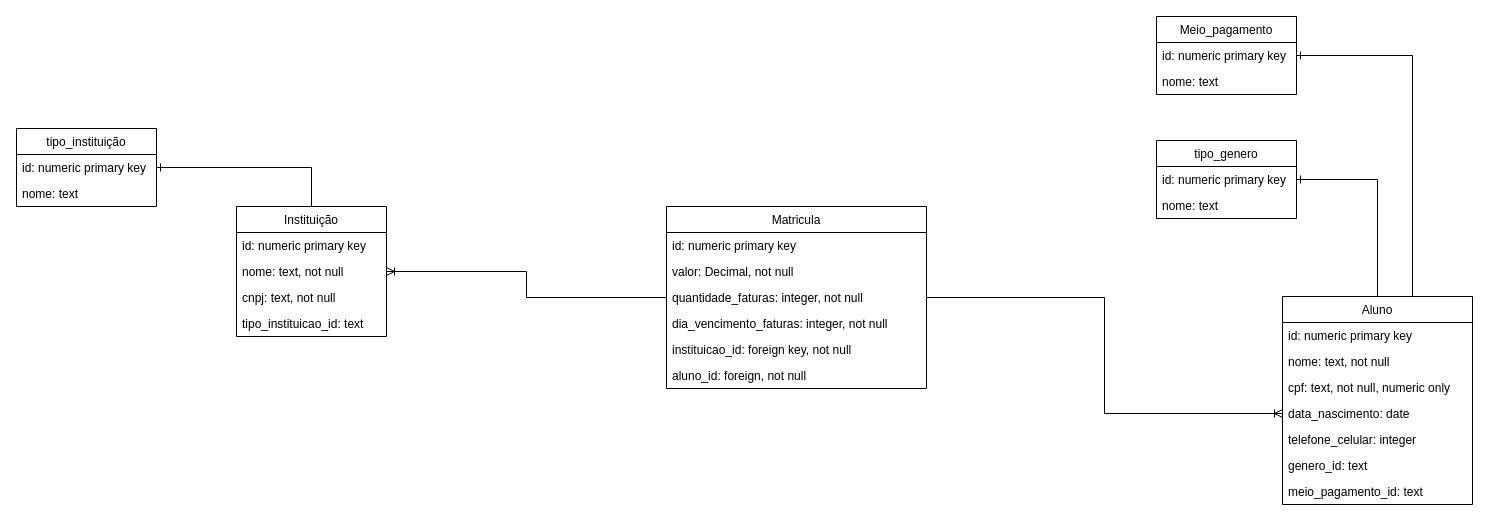
Before: DatabaseDiagram.drawio in DanielSalis/QUERO_Bilinho_Api, a draw.io diagram. Source tidied: cells renumbered, new cells numbered last; positions are measured from the earlier drawing's top-left corner, leaving out a move shared by most shapes. Both pictures are drawn from the tidied source at 100%, with x=0, y=0 at pixel (16, 16).
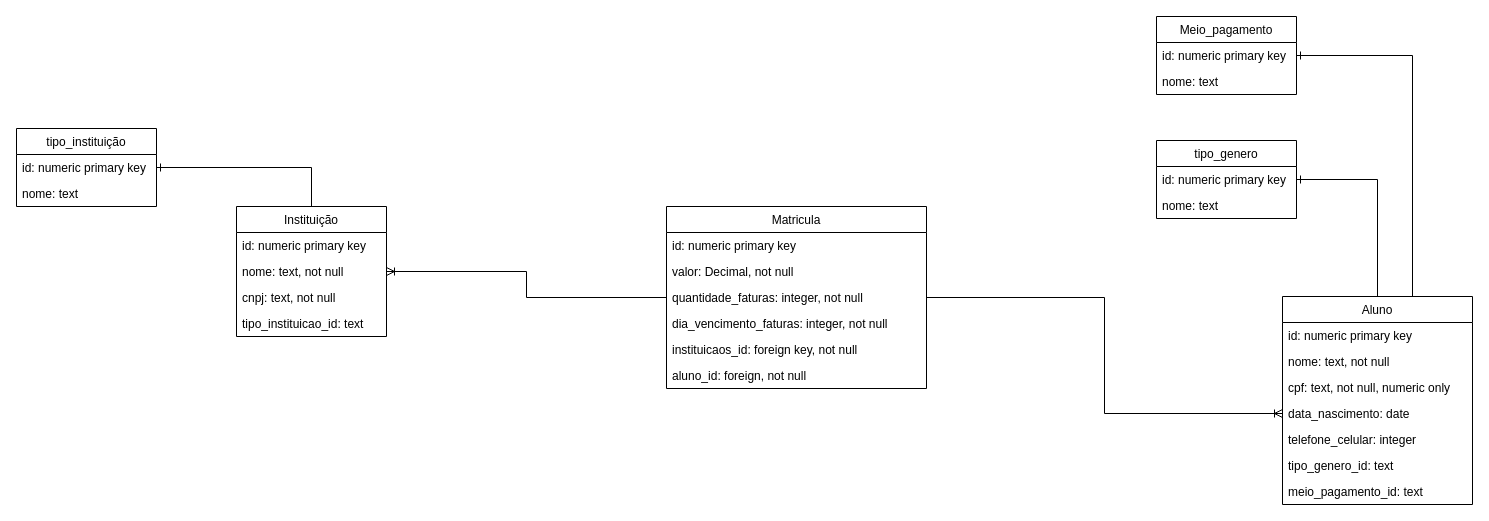
The same page after the edit.

Commit message:
fixing database diagram

Unchanged cells that the change refers to:
```xml
<mxCell id="13" value="Aluno" style="swimlane;fontStyle=0;horizontal=1;startSize=26;fillColor=none;" parent="1" vertex="1">
  <mxGeometry x="1266" y="280" width="190" height="208" as="geometry" />
</mxCell>
<mxCell id="28" value="Matricula" style="swimlane;fontStyle=0;horizontal=1;startSize=26;fillColor=none;" parent="1" vertex="1">
  <mxGeometry x="650" y="190" width="260" height="182" as="geometry" />
</mxCell>
```

What changed in the source:
```diff
@@
-    <mxCell id="19" value="genero_id: text" style="text;strokeColor=none;fillColor=none;align=left;verticalAlign=top;spacingLeft=4;spacingRight=4;overflow=hidden;" parent="13" vertex="1">
+    <mxCell id="19" value="tipo_genero_id: text" style="text;strokeColor=none;fillColor=none;align=left;verticalAlign=top;spacingLeft=4;spacingRight=4;overflow=hidden;" parent="13" vertex="1">
       <mxGeometry y="156" width="190" height="26" as="geometry" />
     </mxCell>
@@
-    <mxCell id="33" value="instituicao_id: foreign key, not null" style="text;strokeColor=none;fillColor=none;align=left;verticalAlign=top;spacingLeft=4;spacingRight=4;overflow=hidden;" parent="28" vertex="1">
+    <mxCell id="33" value="instituicaos_id: foreign key, not null" style="text;strokeColor=none;fillColor=none;align=left;verticalAlign=top;spacingLeft=4;spacingRight=4;overflow=hidden;" parent="28" vertex="1">
       <mxGeometry y="130" width="260" height="26" as="geometry" />
     </mxCell>
```
